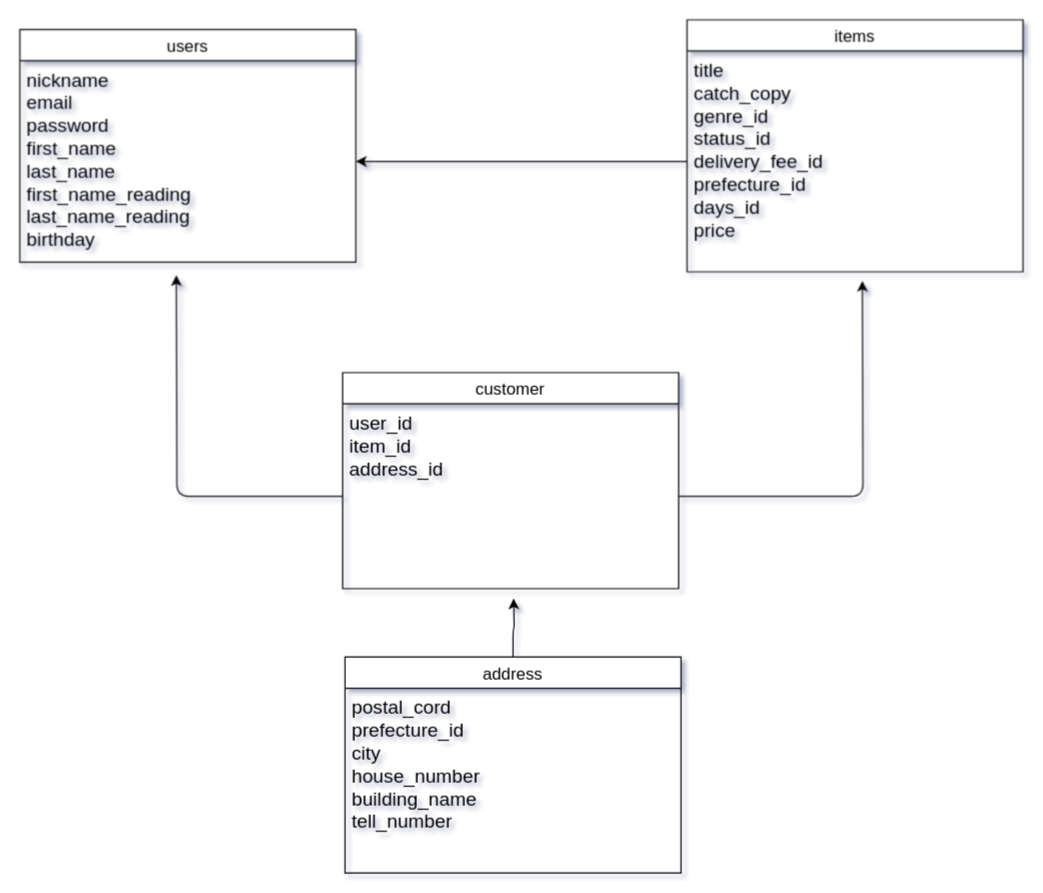
Earlier version of the draw.io diagram furima.dio (556-mizusawa/furima-30466). Source tidied: cells renumbered, new cells numbered last; positions are measured from the earlier drawing's top-left corner, leaving out a move shared by most shapes. Both pictures are drawn from the tidied source at 120%, with x=0, y=0 at pixel (19, 19).
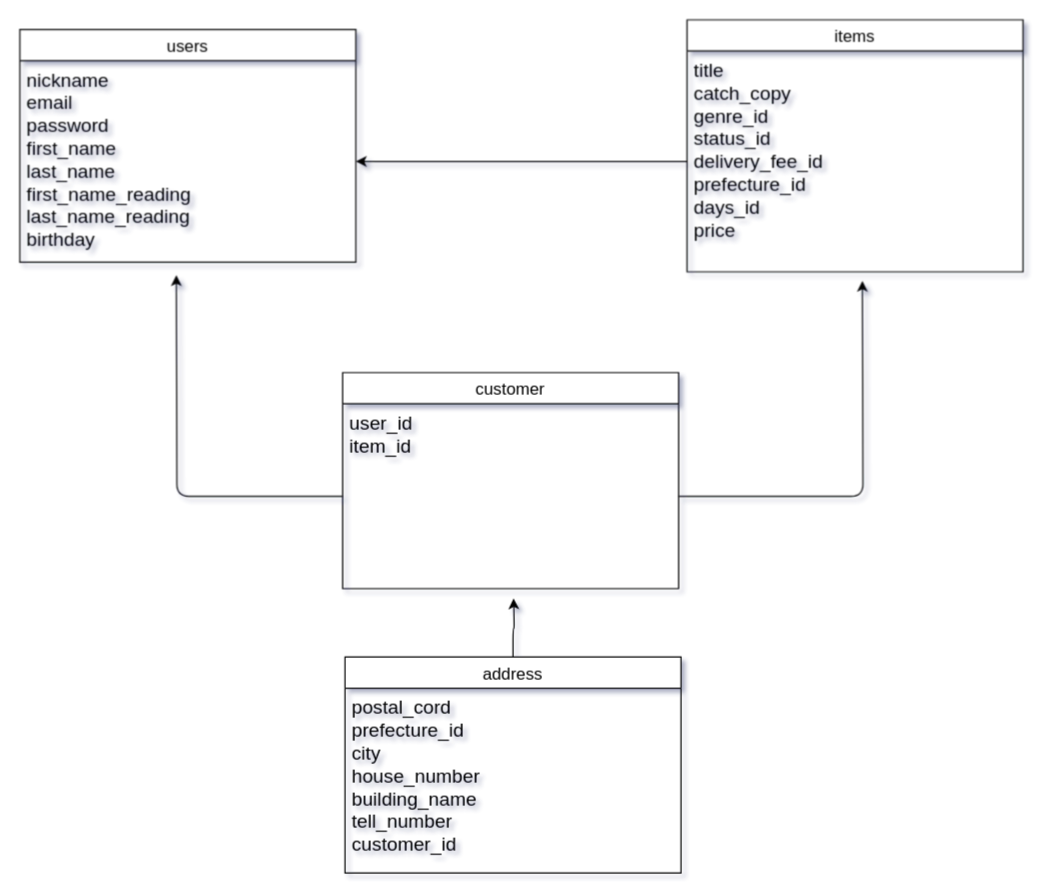
After the change.

Commit message (it also covers changes not shown here):
ER図、README修正

Change to the diagram source:
```diff
@@
 <mxGraphModel shadow="1">
   <root>
     <mxCell id="0" />
     <mxCell id="1" parent="0" />
     <mxCell id="2" style="edgeStyle=orthogonalEdgeStyle;curved=0;rounded=1;sketch=0;jettySize=auto;html=1;exitX=0;exitY=0.5;exitDx=0;exitDy=0;entryX=1;entryY=0.5;entryDx=0;entryDy=0;" parent="1" edge="1" source="6" target="4">
       <mxGeometry relative="1" as="geometry" />
     </mxCell>
     <mxCell id="3" value="users" style="swimlane;fontStyle=0;horizontal=1;startSize=26;align=center;fontSize=14;" parent="1" vertex="1">
       <mxGeometry y="8" width="280" height="194" as="geometry" />
     </mxCell>
     <mxCell id="4" value="nickname&#10;email&#10;password&#10;first_name&#10;last_name&#10;first_name_reading&#10;last_name_reading&#10;birthday" style="text;spacingLeft=4;spacingRight=4;overflow=hidden;points=[[0,0.5],[1,0.5]];portConstraint=eastwest;fontSize=16;" parent="3" vertex="1">
       <mxGeometry y="26" width="280" height="168" as="geometry" />
     </mxCell>
     <mxCell id="5" value="items" style="swimlane;fontStyle=0;horizontal=1;startSize=26;align=center;fontSize=14;" parent="1" vertex="1">
       <mxGeometry x="556" width="280" height="210" as="geometry" />
     </mxCell>
     <mxCell id="6" value="title&#10;catch_copy&#10;genre_id&#10;status_id&#10;delivery_fee_id&#10;prefecture_id&#10;days_id&#10;price" style="text;spacingLeft=4;spacingRight=4;overflow=hidden;points=[[0,0.5],[1,0.5]];portConstraint=eastwest;fontSize=16;" parent="5" vertex="1">
       <mxGeometry y="26" width="280" height="184" as="geometry" />
     </mxCell>
     <mxCell id="7" style="edgeStyle=orthogonalEdgeStyle;curved=0;rounded=1;sketch=0;jettySize=auto;html=1;exitX=0.5;exitY=0;exitDx=0;exitDy=0;" parent="1" edge="1" source="8">
       <mxGeometry relative="1" as="geometry">
         <mxPoint x="411.5" y="482.2" as="targetPoint" />
       </mxGeometry>
     </mxCell>
     <mxCell id="8" value="address" style="swimlane;fontStyle=0;horizontal=1;startSize=26;align=center;fontSize=14;" parent="1" vertex="1">
       <mxGeometry x="271" y="531" width="280" height="180" as="geometry" />
     </mxCell>
-    <mxCell id="9" value="postal_cord&#10;prefecture_id&#10;city&#10;house_number&#10;building_name&#10;tell_number&#10;" style="text;spacingLeft=4;spacingRight=4;overflow=hidden;fontSize=16;" parent="8" vertex="1">
+    <mxCell id="9" value="postal_cord&#10;prefecture_id&#10;city&#10;house_number&#10;building_name&#10;tell_number&#10;customer_id&#10;" style="text;spacingLeft=4;spacingRight=4;overflow=hidden;fontSize=16;" parent="8" vertex="1">
       <mxGeometry y="26" width="280" height="154" as="geometry" />
     </mxCell>
     <mxCell id="10" value="customer" style="swimlane;fontStyle=0;horizontal=1;startSize=26;align=center;fontSize=14;" parent="1" vertex="1">
       <mxGeometry x="269" y="294" width="280" height="180" as="geometry" />
     </mxCell>
-    <mxCell id="11" value="user_id&#10;item_id&#10;address_id" style="text;spacingLeft=4;spacingRight=4;overflow=hidden;points=[[0,0.5],[1,0.5]];portConstraint=eastwest;fontSize=16;" parent="10" vertex="1">
+    <mxCell id="11" value="user_id&#10;item_id" style="text;spacingLeft=4;spacingRight=4;overflow=hidden;points=[[0,0.5],[1,0.5]];portConstraint=eastwest;fontSize=16;" parent="10" vertex="1">
       <mxGeometry y="26" width="280" height="154" as="geometry" />
     </mxCell>
     <mxCell id="12" style="edgeStyle=orthogonalEdgeStyle;curved=0;rounded=1;sketch=0;jettySize=auto;html=1;exitX=1;exitY=0.5;exitDx=0;exitDy=0;" parent="1" edge="1" source="11">
       <mxGeometry relative="1" as="geometry">
         <mxPoint x="702.1" y="217.5" as="targetPoint" />
       </mxGeometry>
     </mxCell>
     <mxCell id="13" style="edgeStyle=orthogonalEdgeStyle;curved=0;rounded=1;sketch=0;jettySize=auto;html=1;exitX=0;exitY=0.5;exitDx=0;exitDy=0;" parent="1" edge="1" source="11">
       <mxGeometry relative="1" as="geometry">
         <mxPoint x="130.4" y="212.8" as="targetPoint" />
       </mxGeometry>
     </mxCell>
   </root>
 </mxGraphModel>
```
